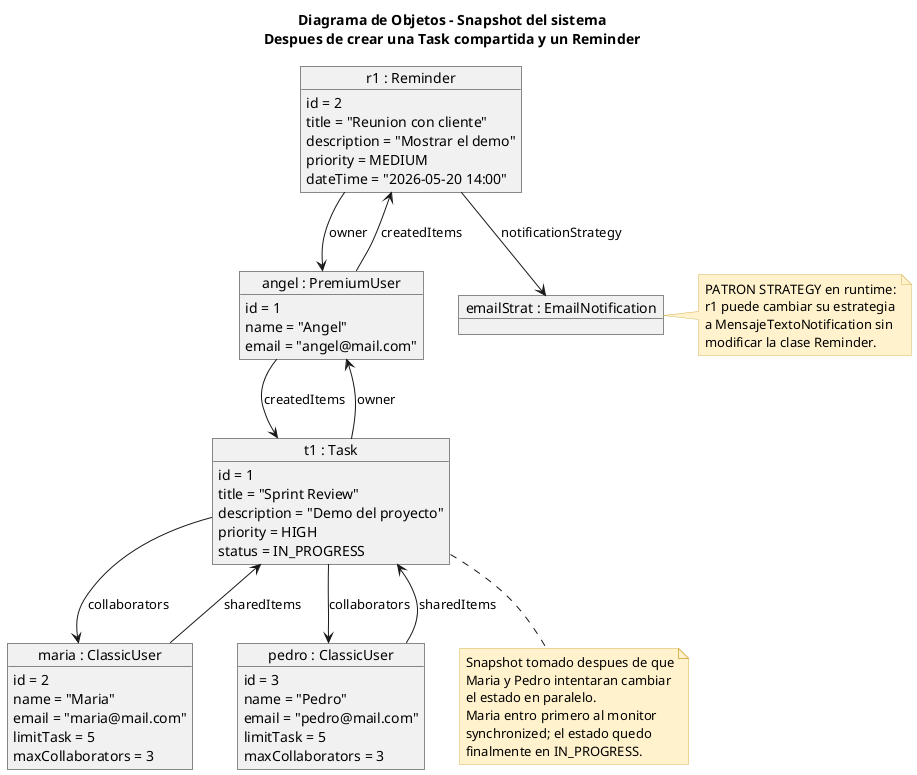
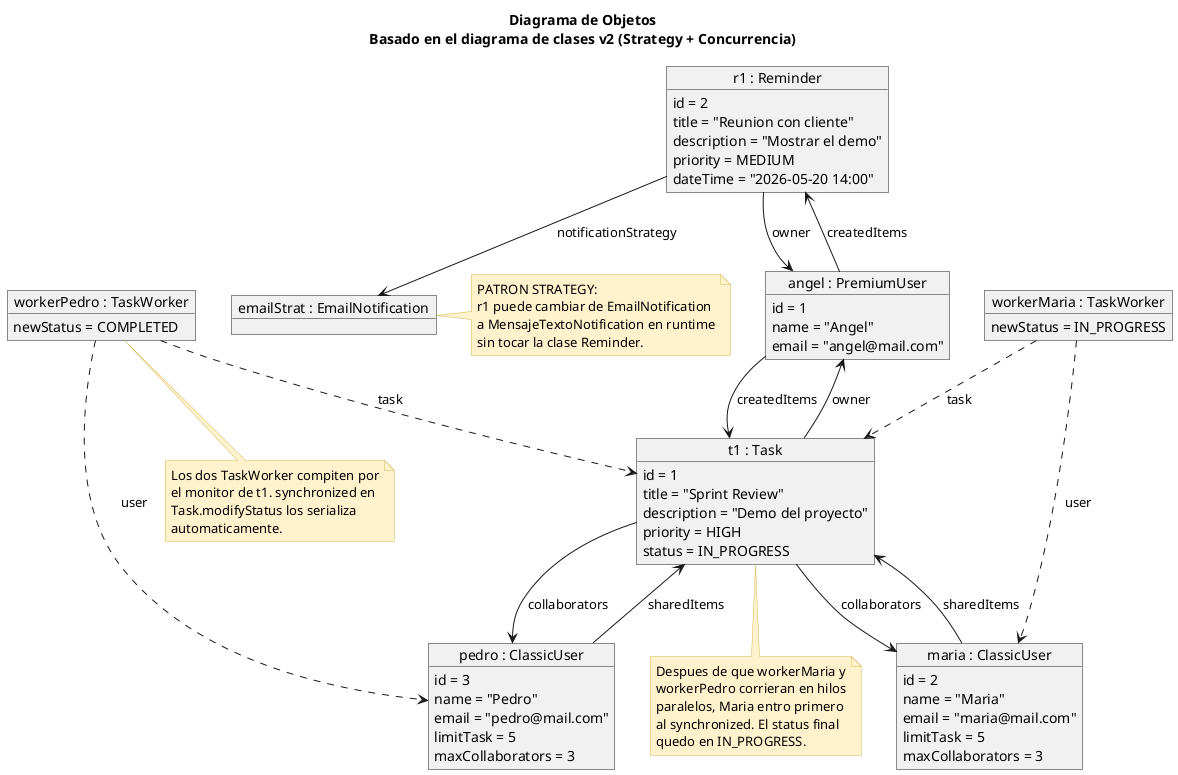
@startuml DiagramaObjetos
- title Diagrama de Objetos - Snapshot del sistema\nDespues de crear una Task compartida y un Reminder
+ title Diagrama de Objetos\nBasado en el diagrama de clases v2 (Strategy + Concurrencia)

skinparam noteBackgroundColor #FFF2CC
skinparam noteBorderColor #D6B656

' ============================================
- ' USUARIOS (instancias de la jerarquia User)
+ ' INSTANCIAS DE LA JERARQUIA User
+ ' (PremiumUser y ClassicUser extienden User)
' ============================================
object "angel : PremiumUser" as angel {
  id = 1
  name = "Angel"
  email = "angel@mail.com"
}

object "maria : ClassicUser" as maria {
  id = 2
  name = "Maria"
  email = "maria@mail.com"
  limitTask = 5
  maxCollaborators = 3
}

object "pedro : ClassicUser" as pedro {
  id = 3
  name = "Pedro"
  email = "pedro@mail.com"
  limitTask = 5
  maxCollaborators = 3
}

' ============================================
- ' ITEMS (instancias de la jerarquia Item)
+ ' INSTANCIAS DE LA JERARQUIA Item
+ ' (Task y Reminder extienden Item)
' ============================================
object "t1 : Task" as t1 {
  id = 1
  title = "Sprint Review"
  description = "Demo del proyecto"
  priority = HIGH
  status = IN_PROGRESS
}

object "r1 : Reminder" as r1 {
  id = 2
  title = "Reunion con cliente"
  description = "Mostrar el demo"
  priority = MEDIUM
  dateTime = "2026-05-20 14:00"
}

' ============================================
- ' STRATEGY (instancia de NotificationStrategy)
+ ' INSTANCIA DE NotificationStrategy (Strategy)
' ============================================
object "emailStrat : EmailNotification" as email

' ============================================
- ' ENLACES (links entre objetos)
+ ' INSTANCIAS DE TaskWorker (concurrencia)
+ ' Implementan Runnable y modifican Task
+ ' ============================================
+ object "workerMaria : TaskWorker" as wm {
+   newStatus = IN_PROGRESS
+ }
+ 
+ object "workerPedro : TaskWorker" as wp {
+   newStatus = COMPLETED
+ }
+ 
+ ' ============================================
+ ' LINKS - reflejan las relaciones del diagrama de clases
' ============================================

- ' --- Angel es owner de los dos items ---
+ ' User "1" o-- "0..*" Item : posee
+ angel --> t1 : createdItems
+ angel --> r1 : createdItems
t1 --> angel : owner
r1 --> angel : owner

- ' --- Angel tiene los dos items en su lista de creados ---
- angel --> t1 : createdItems
- angel --> r1 : createdItems
- 
- ' --- t1 esta compartida con Maria y Pedro ---
+ ' Item.collaborators (Shareable)
t1 --> maria : collaborators
t1 --> pedro : collaborators
- 
- ' --- Maria y Pedro tienen t1 en su lista de items compartidos ---
maria --> t1 : sharedItems
pedro --> t1 : sharedItems

- ' --- r1 tiene una EmailNotification como estrategia (Strategy en accion) ---
+ ' Reminder "1" o-- "1" NotificationStrategy : usa
r1 --> email : notificationStrategy
+ 
+ ' TaskWorker ..> Task : modifica concurrentemente
+ wm ..> t1 : task
+ wp ..> t1 : task
+ 
+ ' TaskWorker ..> User : representa
+ wm ..> maria : user
+ wp ..> pedro : user

' ============================================
' NOTAS
' ============================================
note bottom of t1
-   Snapshot tomado despues de que
-   Maria y Pedro intentaran cambiar
-   el estado en paralelo.
-   Maria entro primero al monitor
-   synchronized; el estado quedo
-   finalmente en IN_PROGRESS.
+   Despues de que workerMaria y
+   workerPedro corrieran en hilos
+   paralelos, Maria entro primero
+   al synchronized. El status final
+   quedo en IN_PROGRESS.
end note

note right of email
-   PATRON STRATEGY en runtime:
-   r1 puede cambiar su estrategia
-   a MensajeTextoNotification sin
-   modificar la clase Reminder.
+   PATRON STRATEGY:
+   r1 puede cambiar de EmailNotification
+   a MensajeTextoNotification en runtime
+   sin tocar la clase Reminder.
+ end note
+ 
+ note bottom of wp
+   Los dos TaskWorker compiten por
+   el monitor de t1. synchronized en
+   Task.modifyStatus los serializa
+   automaticamente.
end note

@enduml
